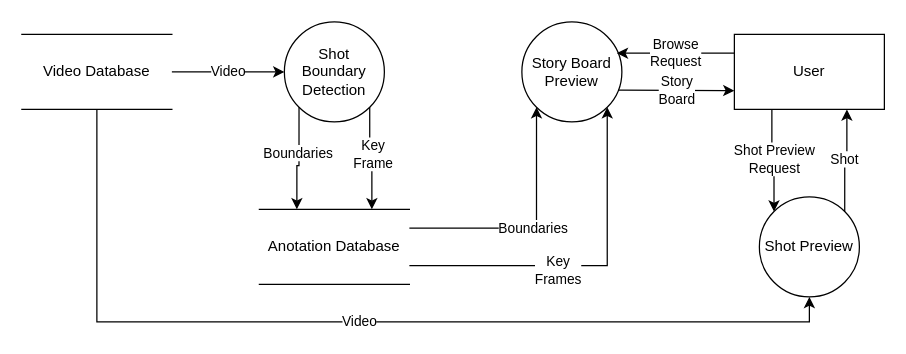
The draw.io diagram DFD.drawio in ahmadaziz6720/tugas4_dataflowdiagram, before the edit. Source tidied: cells renumbered, new cells numbered last; positions are measured from the earlier drawing's top-left corner, leaving out a move shared by most shapes. Both pictures are drawn from the tidied source at 125%, with x=0, y=0 at pixel (21, 21).
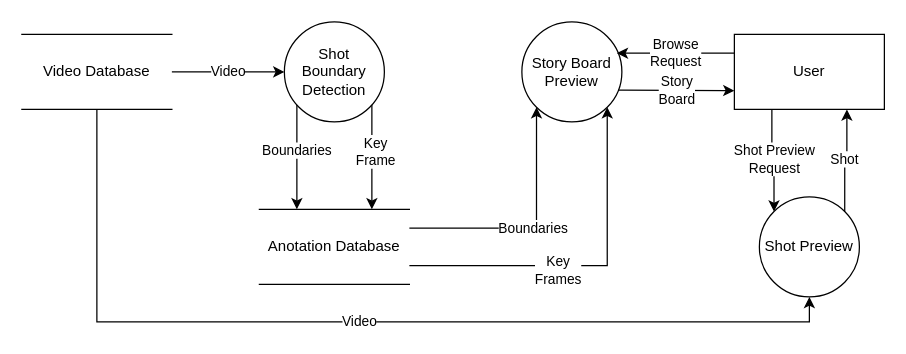
The same diagram, later.

Unchanged cells that the change refers to:
```xml
<mxCell id="9" value="Shot Boundary Detection" style="ellipse;whiteSpace=wrap;html=1;" parent="1" vertex="1">
  <mxGeometry x="210" width="80" height="80" as="geometry" />
</mxCell>
<mxCell id="13" value="Anotation Database" style="shape=partialRectangle;whiteSpace=wrap;html=1;left=0;right=0;fillColor=none;" parent="1" vertex="1">
  <mxGeometry x="190" y="150" width="120" height="60" as="geometry" />
</mxCell>
```

Change to the diagram source:
```diff
@@
-    <mxCell id="5" style="edgeStyle=orthogonalEdgeStyle;rounded=0;jettySize=auto;html=1;exitX=0;exitY=1;exitDx=0;exitDy=0;entryX=0.25;entryY=0;entryDx=0;entryDy=0;" parent="1" edge="1" source="9" target="13">
+    <mxCell id="5" style="edgeStyle=orthogonalEdgeStyle;rounded=0;jettySize=auto;html=1;exitX=0.125;exitY=0.831;exitDx=0;exitDy=0;entryX=0.25;entryY=0;entryDx=0;entryDy=0;exitPerimeter=0;" parent="1" edge="1" source="9" target="13">
       <mxGeometry relative="1" as="geometry" />
     </mxCell>
@@
-    <mxCell id="7" style="edgeStyle=orthogonalEdgeStyle;rounded=0;jettySize=auto;html=1;exitX=1;exitY=1;exitDx=0;exitDy=0;entryX=0.75;entryY=0;entryDx=0;entryDy=0;" parent="1" edge="1" source="9" target="13">
+    <mxCell id="7" style="edgeStyle=orthogonalEdgeStyle;rounded=0;jettySize=auto;html=1;exitX=0.875;exitY=0.826;exitDx=0;exitDy=0;entryX=0.75;entryY=0;entryDx=0;entryDy=0;exitPerimeter=0;" parent="1" edge="1" source="9" target="13">
       <mxGeometry relative="1" as="geometry" />
     </mxCell>
```
